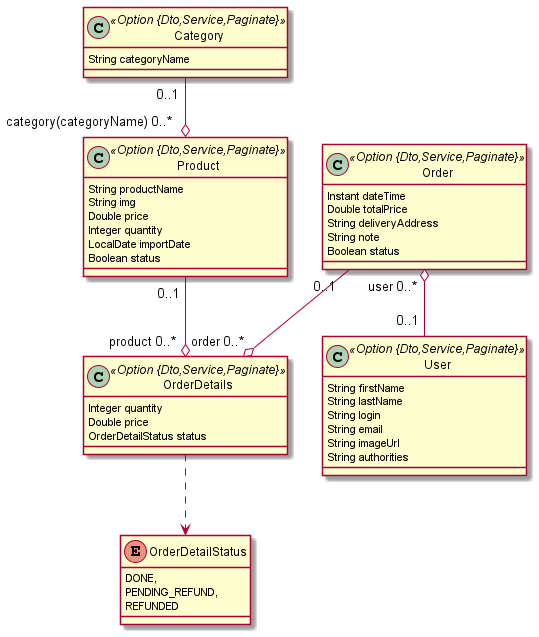
Above: jdl/demo.png in viettien1602/ToDoAppV3 (PlantUML), before the change.
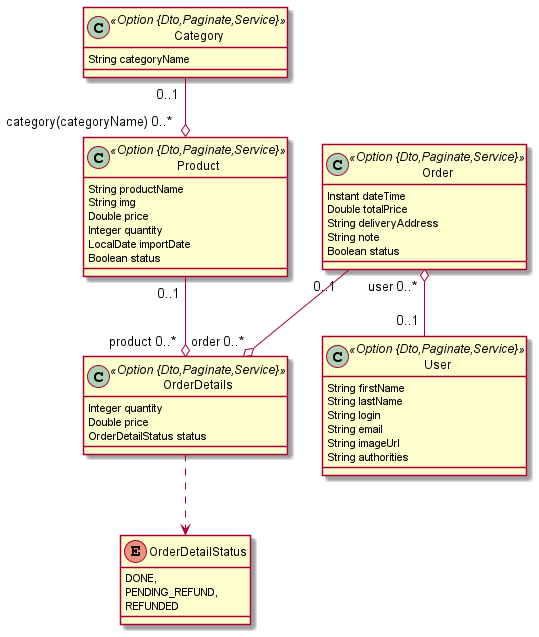
Later version of the same file.

Change to the diagram source:
```diff
@@ -5,10 +5,10 @@
 		PENDING_REFUND,
 		REFUNDED
 	}
-	class Category <<Option {Dto,Service,Paginate}>> {
+	class Category <<Option {Dto,Paginate,Service}>> {
 		String categoryName
 	}
-	class Product <<Option {Dto,Service,Paginate}>> {
+	class Product <<Option {Dto,Paginate,Service}>> {
 		String productName
 		String img
 		Double price
@@ -16,14 +16,14 @@
 		LocalDate importDate
 		Boolean status
 	}
-	class Order <<Option {Dto,Service,Paginate}>> {
+	class Order <<Option {Dto,Paginate,Service}>> {
 		Instant dateTime
 		Double totalPrice
 		String deliveryAddress
 		String note
 		Boolean status
 	}
-	class OrderDetails <<Option {Dto,Service,Paginate}>> {
+	class OrderDetails <<Option {Dto,Paginate,Service}>> {
 		Integer quantity
 		Double price
 		OrderDetailStatus status
@@ -33,7 +33,7 @@
 	Product  "0..1 " --o "product 0..* "  OrderDetails
 	Order  "0..1 " --o "order 0..* "  OrderDetails
 	Order  "user 0..* " o-- "0..1 "  User
-	class User <<Option {Dto,Service,Paginate}>> {
+	class User <<Option {Dto,Paginate,Service}>> {
 		String firstName
 		String lastName
 		String login
```
